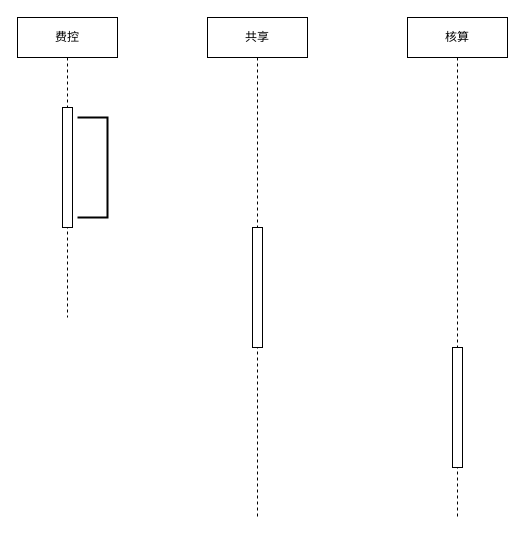
Earlier version of the draw.io diagram rpa-auto-test1.drawio (Alphathur/diagram). Source tidied: cells renumbered, new cells numbered last; positions are measured from the earlier drawing's top-left corner, leaving out a move shared by most shapes. Both pictures are drawn from the tidied source at 100%, with x=0, y=0 at pixel (17, 17).
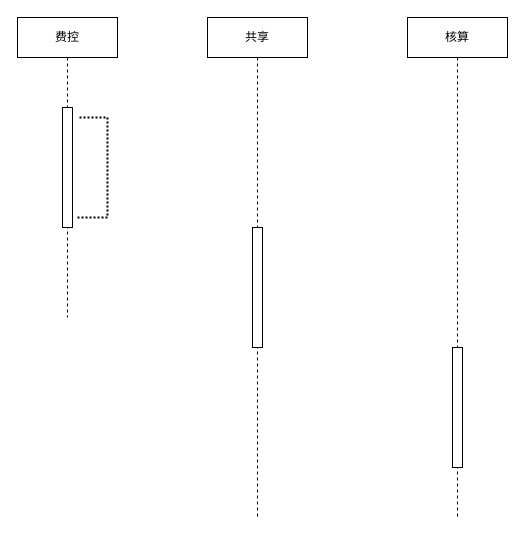
After the change.

What changed in the source:
```diff
@@
 <mxGraphModel>
   <root>
     <mxCell id="0" />
     <mxCell id="1" parent="0" />
     <mxCell id="2" value="共享" style="shape=umlLifeline;perimeter=lifelinePerimeter;whiteSpace=wrap;html=1;" parent="1" vertex="1">
       <mxGeometry x="190" width="100" height="500" as="geometry" />
     </mxCell>
     <mxCell id="3" value="费控" style="shape=umlLifeline;perimeter=lifelinePerimeter;whiteSpace=wrap;html=1;" parent="1" vertex="1">
       <mxGeometry width="100" height="300" as="geometry" />
     </mxCell>
     <mxCell id="4" style="html=1;perimeter=orthogonalPerimeter;" parent="3" vertex="1">
       <mxGeometry x="45" y="90" width="10" height="120" as="geometry" />
     </mxCell>
     <mxCell id="5" value="核算" style="shape=umlLifeline;perimeter=lifelinePerimeter;whiteSpace=wrap;html=1;" parent="1" vertex="1">
       <mxGeometry x="390" width="100" height="500" as="geometry" />
     </mxCell>
     <mxCell id="6" style="html=1;perimeter=orthogonalPerimeter;" parent="5" vertex="1">
       <mxGeometry x="45" y="330" width="10" height="120" as="geometry" />
     </mxCell>
     <mxCell id="7" style="html=1;perimeter=orthogonalPerimeter;" parent="1" vertex="1">
       <mxGeometry x="235" y="210" width="10" height="120" as="geometry" />
     </mxCell>
-    <mxCell id="8" style="strokeWidth=2;html=1;shape=mxgraph.flowchart.annotation_1;align=left;direction=west;shadow=0;" parent="1" vertex="1">
+    <mxCell id="8" style="strokeWidth=2;html=1;shape=mxgraph.flowchart.annotation_1;align=left;direction=west;shadow=0;dashed=1;dashPattern=1 1;" parent="1" vertex="1">
       <mxGeometry x="60" y="100" width="30" height="100" as="geometry" />
     </mxCell>
   </root>
 </mxGraphModel>
```
